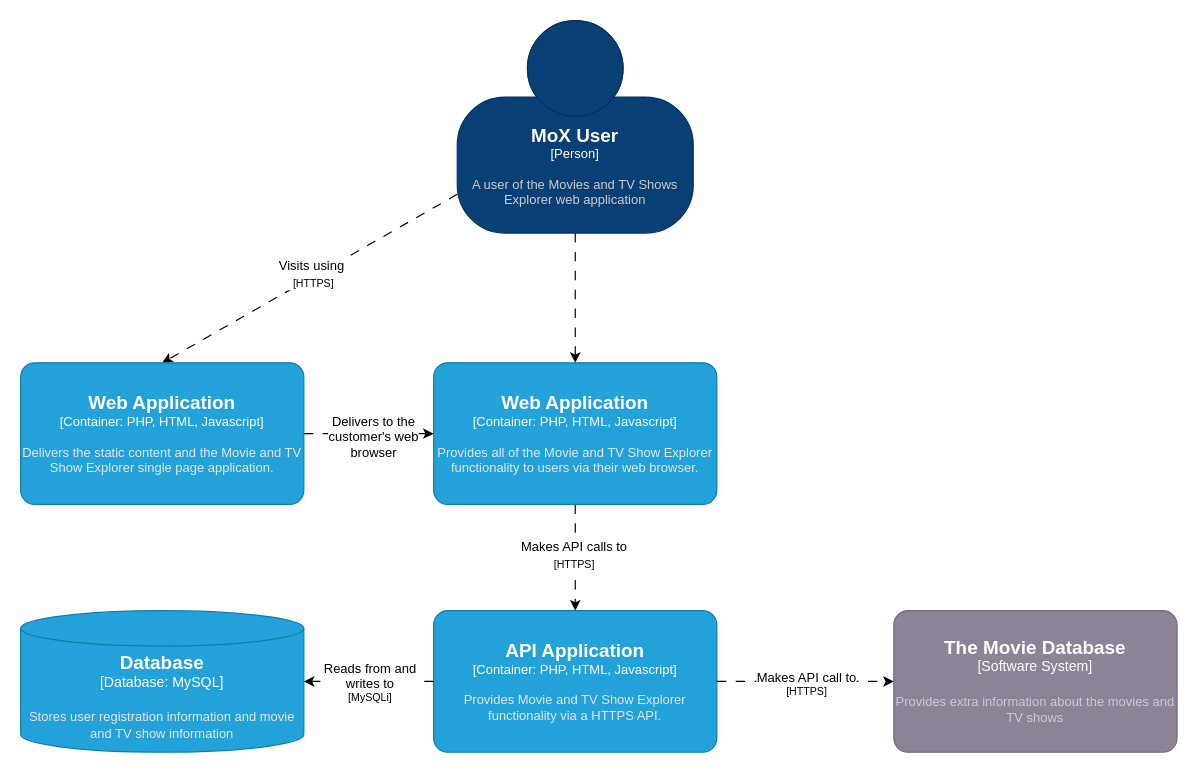
pizzaimiplace/MoX-Movies-and-TV-Shows- keeps this draw.io diagram as C4/c4-level2.drawio. Above is the earlier version. Source tidied: cells renumbered, new cells numbered last; positions are measured from the earlier drawing's top-left corner, leaving out a move shared by most shapes. Both pictures are drawn from the tidied source at 118%, with x=0, y=0 at pixel (20, 20).
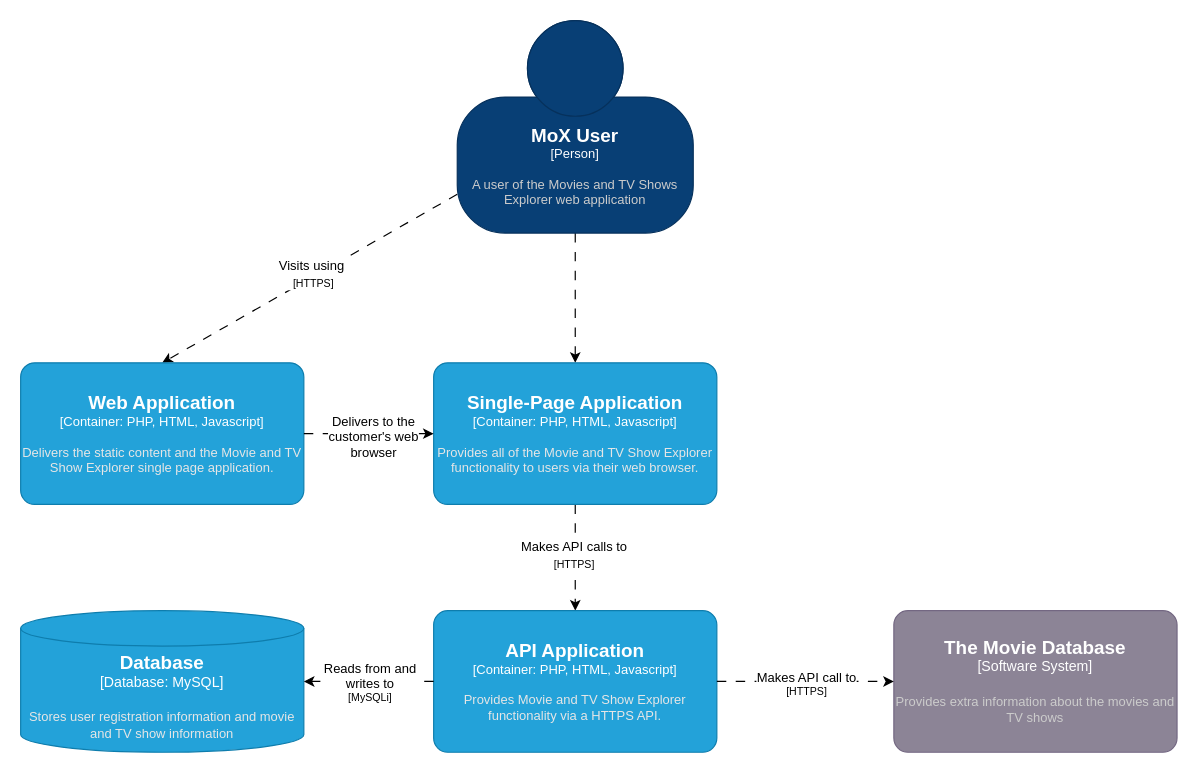
The same diagram, later.

What changed in the source:
```diff
@@
-    <object id="10" label="&lt;font style=&quot;font-size: 16px&quot;&gt;&lt;b&gt;%c4Name%&lt;/b&gt;&lt;/font&gt;&lt;div&gt;[%c4Type%: %c4Technology%]&lt;/div&gt;&lt;br&gt;&lt;div&gt;&lt;font style=&quot;font-size: 11px&quot;&gt;&lt;font color=&quot;#E6E6E6&quot;&gt;%c4Description%&lt;/font&gt;&lt;/div&gt;" c4Description="Provides all of the Movie and TV Show Explorer functionality to users via their web browser." c4Name="Web Application" c4Technology="PHP, HTML, Javascript" c4Type="Container" placeholders="1">
+    <object id="10" label="&lt;font style=&quot;font-size: 16px&quot;&gt;&lt;b&gt;%c4Name%&lt;/b&gt;&lt;/font&gt;&lt;div&gt;[%c4Type%: %c4Technology%]&lt;/div&gt;&lt;br&gt;&lt;div&gt;&lt;font style=&quot;font-size: 11px&quot;&gt;&lt;font color=&quot;#E6E6E6&quot;&gt;%c4Description%&lt;/font&gt;&lt;/div&gt;" c4Description="Provides all of the Movie and TV Show Explorer functionality to users via their web browser." c4Name="Single-Page Application" c4Technology="PHP, HTML, Javascript" c4Type="Container" placeholders="1">
       <mxCell style="rounded=1;whiteSpace=wrap;html=1;fontSize=11;labelBackgroundColor=none;fillColor=#23A2D9;fontColor=#ffffff;align=center;arcSize=10;strokeColor=#0E7DAD;points=[[0.25,0,0],[0.5,0,0],[0.75,0,0],[1,0.25,0],[1,0.5,0],[1,0.75,0],[0.75,1,0],[0.5,1,0],[0.25,1,0],[0,0.75,0],[0,0.5,0],[0,0.25,0]];" parent="1" vertex="1">
         <mxGeometry x="350" y="290" width="240" height="120" as="geometry" />
       </mxCell>
     </object>
```
